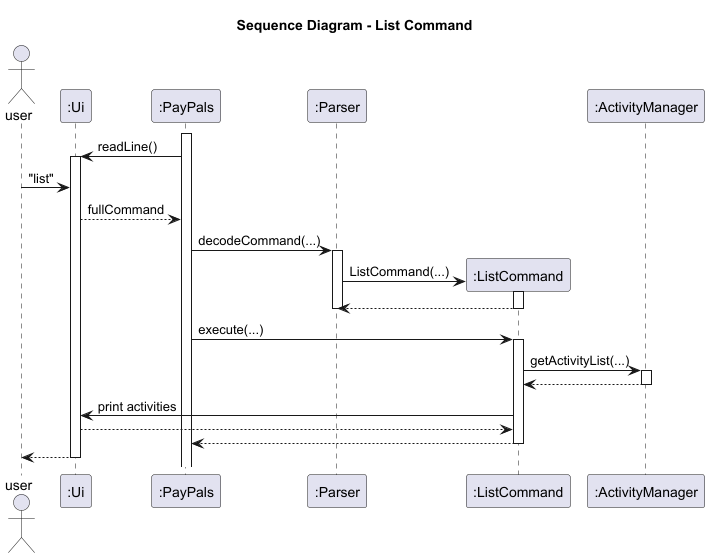
jing-yen/tp keeps this PlantUML diagram as docs/diagrams/ListCmdSeq.png. Above is the earlier version.
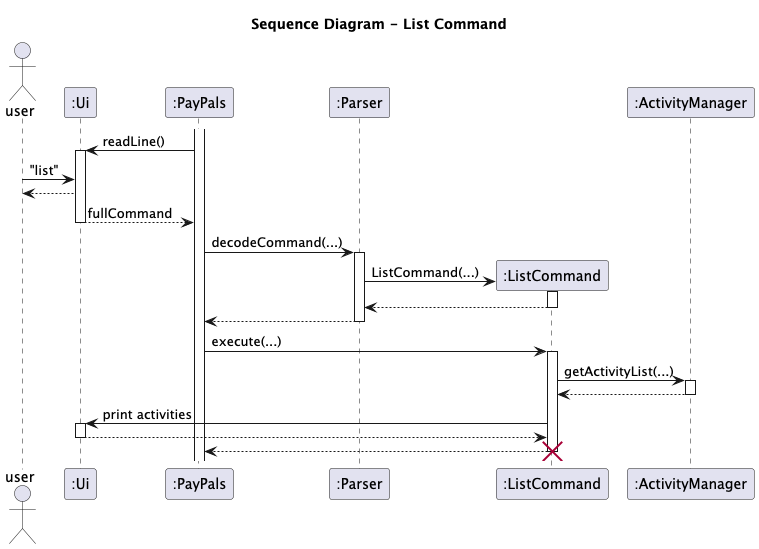
The same diagram one commit later.

The edit, as a diff of the source:
```diff
@@ -12,7 +12,9 @@
 pp -> ui : readLine()
 activate ui
 user -> ui : "list"
+ui --> user
 ui --> pp : fullCommand
+deactivate ui
 
 pp -> parser : decodeCommand(...)
 activate parser
@@ -20,6 +22,7 @@
 activate listCmd
 listCmd --> parser :
 deactivate listCmd
+parser --> pp
 deactivate parser
 
 pp -> listCmd : execute(...)
@@ -30,10 +33,13 @@
 deactivate mgr
 
 listCmd -> ui : print activities
+activate ui
 ui --> listCmd :
+deactivate ui
 
 listCmd --> pp
 deactivate listCmd
-ui --> user
-deactivate ui
+
+destroy listCmd
+
 @enduml
```
